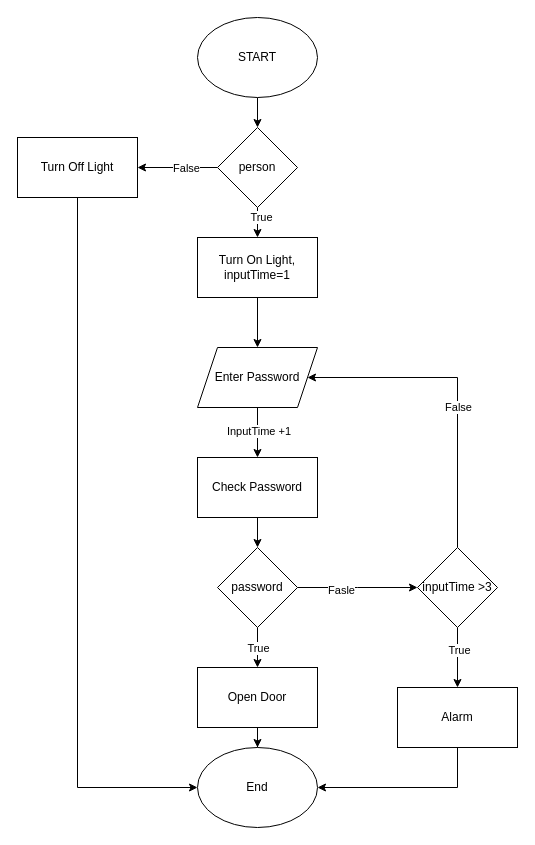
ndmbka2k/DATN keeps this draw.io diagram as luu do thuat toan/rooms/garden.drawio. Above is the earlier version. Source tidied: cells renumbered, new cells numbered last; positions are measured from the earlier drawing's top-left corner, leaving out a move shared by most shapes. Both pictures are drawn from the tidied source at 100%, with x=0, y=0 at pixel (17, 17).
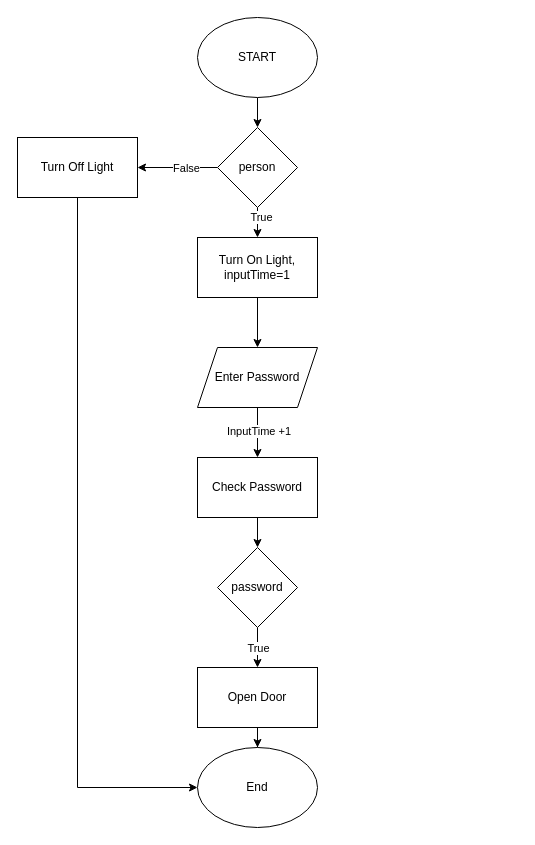
After the change.

Unchanged cells that the change refers to:
```xml
<mxCell id="15" value="Enter Password" style="shape=parallelogram;perimeter=parallelogramPerimeter;whiteSpace=wrap;html=1;fixedSize=1;" parent="1" vertex="1">
  <mxGeometry x="180" y="330" width="120" height="60" as="geometry" />
</mxCell>
<mxCell id="22" value="password" style="rhombus;whiteSpace=wrap;html=1;" parent="1" vertex="1">
  <mxGeometry x="200" y="530" width="80" height="80" as="geometry" />
</mxCell>
<mxCell id="25" value="End" style="ellipse;whiteSpace=wrap;html=1;" parent="1" vertex="1">
  <mxGeometry x="180" y="730" width="120" height="80" as="geometry" />
</mxCell>
```

Diff of the diagram source:
```diff
@@
-    <mxCell id="18" style="edgeStyle=orthogonalEdgeStyle;rounded=0;jettySize=auto;html=1;" parent="1" edge="1" source="22">
-      <mxGeometry relative="1" as="geometry">
-        <mxPoint x="400" y="570" as="targetPoint" />
-      </mxGeometry>
-    </mxCell>
-    <mxCell id="19" value="Fasle" style="edgeLabel;html=1;align=center;verticalAlign=middle;" parent="18" vertex="1">
-      <mxGeometry x="-0.28" y="-2" relative="1" as="geometry" />
-    </mxCell>
@@
-    <mxCell id="26" style="edgeStyle=orthogonalEdgeStyle;rounded=0;jettySize=auto;html=1;" parent="1" edge="1" source="30" target="32">
-      <mxGeometry relative="1" as="geometry" />
-    </mxCell>
-    <mxCell id="27" value="True" style="edgeLabel;html=1;align=center;verticalAlign=middle;" parent="26" vertex="1">
-      <mxGeometry x="-0.27" y="1" relative="1" as="geometry" />
-    </mxCell>
-    <mxCell id="28" style="edgeStyle=orthogonalEdgeStyle;rounded=0;jettySize=auto;html=1;entryX=1;entryY=0.5;entryDx=0;entryDy=0;" parent="1" edge="1" source="30" target="15">
-      <mxGeometry relative="1" as="geometry">
-        <Array as="points">
-          <mxPoint x="440" y="360" />
-        </Array>
-      </mxGeometry>
-    </mxCell>
-    <mxCell id="29" value="False" style="edgeLabel;html=1;align=center;verticalAlign=middle;" parent="28" vertex="1">
-      <mxGeometry x="-0.12" relative="1" as="geometry" />
-    </mxCell>
-    <mxCell id="30" value="inputTime &amp;gt;3" style="rhombus;whiteSpace=wrap;html=1;" parent="1" vertex="1">
-      <mxGeometry x="400" y="530" width="80" height="80" as="geometry" />
-    </mxCell>
-    <mxCell id="31" style="edgeStyle=orthogonalEdgeStyle;rounded=0;jettySize=auto;html=1;entryX=1;entryY=0.5;entryDx=0;entryDy=0;" parent="1" edge="1" source="32" target="25">
-      <mxGeometry relative="1" as="geometry">
-        <Array as="points">
-          <mxPoint x="440" y="770" />
-        </Array>
-      </mxGeometry>
-    </mxCell>
-    <mxCell id="32" value="Alarm" style="rounded=0;whiteSpace=wrap;html=1;" parent="1" vertex="1">
-      <mxGeometry x="380" y="670" width="120" height="60" as="geometry" />
-    </mxCell>
```
